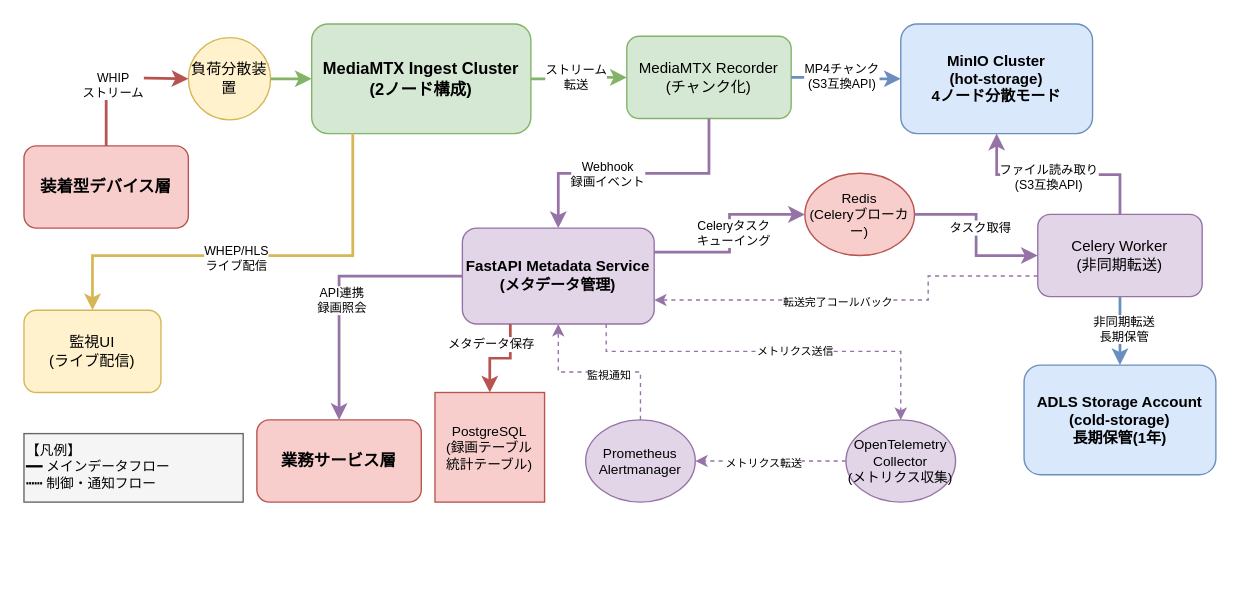
Before: docs/03000_設計書/03020_配信・記録層設計/03022_配信・記録層詳細設計/配信・記録層システム関連図.drawio in daichiTAAA/AirakuVision, a draw.io diagram. Source tidied: cells renumbered, new cells numbered last; positions are measured from the earlier drawing's top-left corner, leaving out a move shared by most shapes. Both pictures are drawn from the tidied source at 137%, with x=0, y=0 at pixel (23, 23).
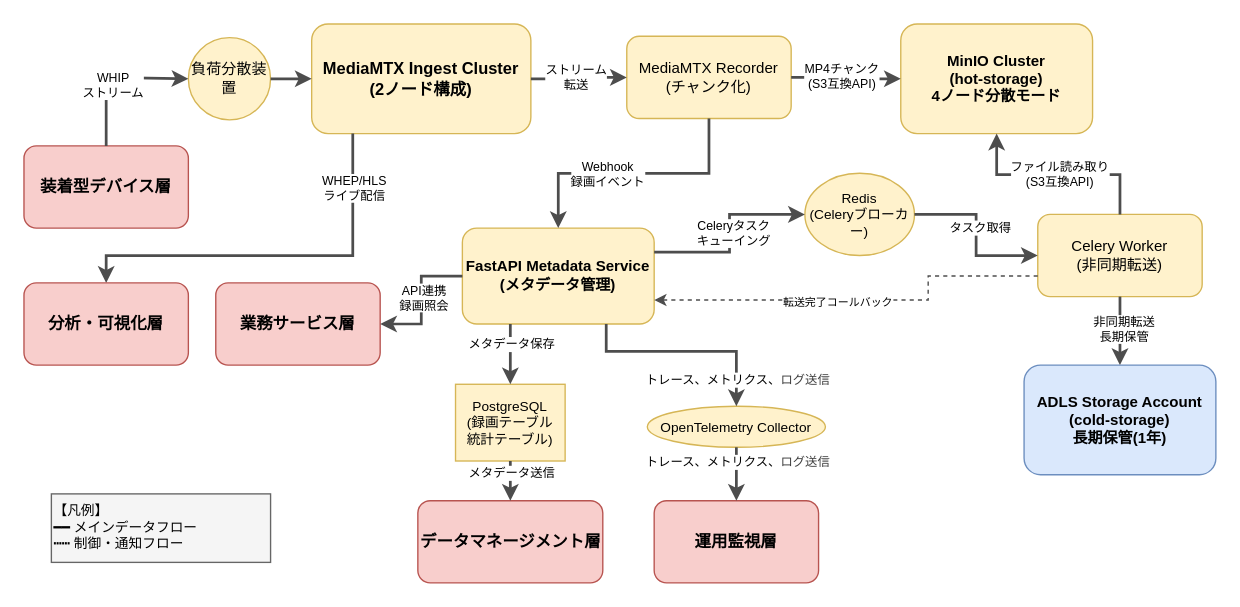
Above is the later version.

The change refers to these unchanged cells:
```xml
<mxCell id="2" value="装着型デバイス層" style="rounded=1;whiteSpace=wrap;html=1;fillColor=#f8cecc;strokeColor=#b85450;fontSize=12;fontStyle=1;" parent="1" vertex="1">
  <mxGeometry y="89" width="120" height="60" as="geometry" />
</mxCell>
<mxCell id="4" value="負荷分散装置" style="ellipse;whiteSpace=wrap;html=1;fillColor=#fff2cc;strokeColor=#d6b656;fontSize=11;" parent="1" vertex="1">
  <mxGeometry x="120" y="10" width="60" height="60" as="geometry" />
</mxCell>
<mxCell id="11" value="ADLS Storage Account&#10;(cold-storage)&#10;長期保管(1年)" style="rounded=1;whiteSpace=wrap;html=1;fillColor=#dae8fc;strokeColor=#6c8ebf;fontSize=11;fontStyle=1;" parent="1" vertex="1">
  <mxGeometry x="730" y="249" width="140" height="80" as="geometry" />
</mxCell>
```

The edit, as a diff of the source:
```diff
@@
-    <mxCell id="3" value="MediaMTX Ingest Cluster&#10;(2ノード構成)" style="rounded=1;whiteSpace=wrap;html=1;fillColor=#d5e8d4;strokeColor=#82b366;fontSize=12;fontStyle=1;" parent="1" vertex="1">
+    <mxCell id="3" value="MediaMTX Ingest Cluster&#10;(2ノード構成)" style="rounded=1;whiteSpace=wrap;html=1;fillColor=#fff2cc;strokeColor=#d6b656;fontSize=12;fontStyle=1;" parent="1" vertex="1">
       <mxGeometry x="210" width="160" height="80" as="geometry" />
     </mxCell>
@@
-    <mxCell id="5" value="MediaMTX Recorder&#10;(チャンク化)" style="rounded=1;whiteSpace=wrap;html=1;fillColor=#d5e8d4;strokeColor=#82b366;fontSize=11;" parent="1" vertex="1">
+    <mxCell id="5" value="MediaMTX Recorder&#10;(チャンク化)" style="rounded=1;whiteSpace=wrap;html=1;fillColor=#fff2cc;strokeColor=#d6b656;fontSize=11;" parent="1" vertex="1">
       <mxGeometry x="440" y="9" width="120" height="60" as="geometry" />
     </mxCell>
-    <mxCell id="6" value="MinIO Cluster&#10;(hot-storage)&#10;4ノード分散モード" style="rounded=1;whiteSpace=wrap;html=1;fillColor=#dae8fc;strokeColor=#6c8ebf;fontSize=11;fontStyle=1;" parent="1" vertex="1">
+    <mxCell id="6" value="MinIO Cluster&#10;(hot-storage)&#10;4ノード分散モード" style="rounded=1;whiteSpace=wrap;html=1;fillColor=#fff2cc;strokeColor=#d6b656;fontSize=11;fontStyle=1;" parent="1" vertex="1">
       <mxGeometry x="640" width="140" height="80" as="geometry" />
     </mxCell>
-    <mxCell id="7" value="FastAPI Metadata Service&#10;(メタデータ管理)" style="rounded=1;whiteSpace=wrap;html=1;fillColor=#e1d5e7;strokeColor=#9673a6;fontSize=11;fontStyle=1;" parent="1" vertex="1">
+    <mxCell id="7" value="FastAPI Metadata Service&#10;(メタデータ管理)" style="rounded=1;whiteSpace=wrap;html=1;fillColor=#fff2cc;strokeColor=#d6b656;fontSize=11;fontStyle=1;" parent="1" vertex="1">
       <mxGeometry x="320" y="149" width="140" height="70" as="geometry" />
     </mxCell>
-    <mxCell id="8" value="PostgreSQL&#10;(録画テーブル&#10;統計テーブル)" style="cylinder3;whiteSpace=wrap;html=1;boundedLbl=1;backgroundOutline=1;size=15;fillColor=#f8cecc;strokeColor=#b85450;fontSize=10;" parent="1" vertex="1">
-      <mxGeometry x="300" y="269" width="80" height="80" as="geometry" />
+    <mxCell id="8" value="PostgreSQL&#10;(録画テーブル&#10;統計テーブル)" style="cylinder3;whiteSpace=wrap;html=1;boundedLbl=1;backgroundOutline=1;size=15;fillColor=#fff2cc;strokeColor=#d6b656;fontSize=10;" parent="1" vertex="1">
+      <mxGeometry x="315" y="263" width="80" height="56" as="geometry" />
     </mxCell>
-    <mxCell id="9" value="Celery Worker&lt;div&gt;(非同期転送)&lt;/div&gt;" style="rounded=1;whiteSpace=wrap;html=1;fillColor=#e1d5e7;strokeColor=#9673a6;fontSize=11;" parent="1" vertex="1">
+    <mxCell id="9" value="Celery Worker&lt;div&gt;(非同期転送)&lt;/div&gt;" style="rounded=1;whiteSpace=wrap;html=1;fillColor=#fff2cc;strokeColor=#d6b656;fontSize=11;" parent="1" vertex="1">
       <mxGeometry x="740" y="139" width="120" height="60" as="geometry" />
     </mxCell>
-    <mxCell id="10" value="Redis&lt;div&gt;(Celeryブローカー)&lt;/div&gt;" style="ellipse;whiteSpace=wrap;html=1;fillColor=#f8cecc;strokeColor=#b85450;fontSize=10;" parent="1" vertex="1">
+    <mxCell id="10" value="Redis&lt;div&gt;(Celeryブローカー)&lt;/div&gt;" style="ellipse;whiteSpace=wrap;html=1;fillColor=#fff2cc;strokeColor=#d6b656;fontSize=10;" parent="1" vertex="1">
       <mxGeometry x="570" y="109" width="80" height="60" as="geometry" />
     </mxCell>
@@
-    <mxCell id="12" value="OpenTelemetry Collector&lt;div&gt;(メトリクス収集)&lt;/div&gt;" style="ellipse;whiteSpace=wrap;html=1;fillColor=#e1d5e7;strokeColor=#9673a6;fontSize=10;" parent="1" vertex="1">
-      <mxGeometry x="600" y="289" width="80" height="60" as="geometry" />
+    <mxCell id="12" value="OpenTelemetry Collector" style="ellipse;whiteSpace=wrap;html=1;fillColor=#fff2cc;strokeColor=#d6b656;fontSize=10;" parent="1" vertex="1">
+      <mxGeometry x="455" y="279" width="130" height="30" as="geometry" />
     </mxCell>
     <mxCell id="13" value="業務サービス層" style="rounded=1;whiteSpace=wrap;html=1;fillColor=#f8cecc;strokeColor=#b85450;fontSize=12;fontStyle=1;" parent="1" vertex="1">
-      <mxGeometry x="170" y="289" width="120" height="60" as="geometry" />
+      <mxGeometry x="140" y="189" width="120" height="60" as="geometry" />
     </mxCell>
-    <mxCell id="14" value="監視UI&#10;(ライブ配信)" style="rounded=1;whiteSpace=wrap;html=1;fillColor=#fff2cc;strokeColor=#d6b656;fontSize=11;" parent="1" vertex="1">
-      <mxGeometry y="209" width="100" height="60" as="geometry" />
-    </mxCell>
-    <mxCell id="15" value="Prometheus&#10;Alertmanager" style="ellipse;whiteSpace=wrap;html=1;fillColor=#e1d5e7;strokeColor=#9673a6;fontSize=10;" parent="1" vertex="1">
-      <mxGeometry x="410" y="289" width="80" height="60" as="geometry" />
-    </mxCell>
-    <mxCell id="16" style="edgeStyle=orthogonalEdgeStyle;rounded=0;jettySize=auto;html=1;strokeWidth=2;strokeColor=#b85450;entryX=0;entryY=0.5;entryDx=0;entryDy=0;" parent="1" edge="1" source="2" target="4">
+    <mxCell id="16" style="edgeStyle=orthogonalEdgeStyle;rounded=0;jettySize=auto;html=1;strokeWidth=2;strokeColor=#4D4D4D;entryX=0;entryY=0.5;entryDx=0;entryDy=0;" parent="1" edge="1" source="2" target="4">
       <mxGeometry relative="1" as="geometry">
         <Array as="points">
           <mxPoint x="60" y="39" />
           <mxPoint x="120" y="39" />
         </Array>
       </mxGeometry>
     </mxCell>
@@
-    <mxCell id="18" style="edgeStyle=orthogonalEdgeStyle;rounded=0;jettySize=auto;html=1;strokeWidth=2;strokeColor=#82b366;" parent="1" edge="1" source="4" target="3">
+    <mxCell id="18" style="edgeStyle=orthogonalEdgeStyle;rounded=0;jettySize=auto;html=1;strokeWidth=2;strokeColor=#4D4D4D;" parent="1" edge="1" source="4" target="3">
       <mxGeometry relative="1" as="geometry" />
     </mxCell>
-    <mxCell id="19" style="edgeStyle=orthogonalEdgeStyle;rounded=0;jettySize=auto;html=1;strokeWidth=2;strokeColor=#82b366;" parent="1" edge="1" source="3" target="5">
+    <mxCell id="19" style="edgeStyle=orthogonalEdgeStyle;rounded=0;jettySize=auto;html=1;strokeWidth=2;strokeColor=#4D4D4D;" parent="1" edge="1" source="3" target="5">
       <mxGeometry relative="1" as="geometry" />
     </mxCell>
@@
-    <mxCell id="21" style="edgeStyle=orthogonalEdgeStyle;rounded=0;jettySize=auto;html=1;strokeWidth=2;strokeColor=#6c8ebf;" parent="1" edge="1" source="5" target="6">
+    <mxCell id="21" style="edgeStyle=orthogonalEdgeStyle;rounded=0;jettySize=auto;html=1;strokeWidth=2;strokeColor=#4D4D4D;" parent="1" edge="1" source="5" target="6">
       <mxGeometry relative="1" as="geometry" />
     </mxCell>
@@
-    <mxCell id="23" style="edgeStyle=orthogonalEdgeStyle;rounded=0;jettySize=auto;html=1;strokeWidth=2;strokeColor=#9673a6;jumpStyle=line;jumpSize=10;entryX=0.5;entryY=0;entryDx=0;entryDy=0;" parent="1" edge="1" source="5" target="7">
+    <mxCell id="23" style="edgeStyle=orthogonalEdgeStyle;rounded=0;jettySize=auto;html=1;strokeWidth=2;strokeColor=#4D4D4D;jumpStyle=line;jumpSize=10;entryX=0.5;entryY=0;entryDx=0;entryDy=0;" parent="1" edge="1" source="5" target="7">
       <mxGeometry relative="1" as="geometry" />
     </mxCell>
@@
-    <mxCell id="25" style="edgeStyle=elbowEdgeStyle;rounded=0;jettySize=auto;html=1;strokeWidth=2;strokeColor=#b85450;exitX=0.25;exitY=1;exitDx=0;exitDy=0;entryX=0.5;entryY=0;entryDx=0;entryDy=0;elbow=vertical;" parent="1" edge="1" source="7" target="8">
+    <mxCell id="25" style="edgeStyle=elbowEdgeStyle;rounded=0;jettySize=auto;html=1;strokeWidth=2;strokeColor=#4D4D4D;exitX=0.25;exitY=1;exitDx=0;exitDy=0;entryX=0.5;entryY=0;entryDx=0;entryDy=0;elbow=vertical;" parent="1" edge="1" source="7" target="8">
       <mxGeometry relative="1" as="geometry" />
     </mxCell>
@@
-    <mxCell id="27" style="edgeStyle=elbowEdgeStyle;rounded=0;jettySize=auto;html=1;strokeWidth=2;strokeColor=#9673a6;entryX=0;entryY=0.5;entryDx=0;entryDy=0;exitX=1;exitY=0.25;exitDx=0;exitDy=0;" parent="1" edge="1" source="7" target="10">
+    <mxCell id="27" style="edgeStyle=elbowEdgeStyle;rounded=0;jettySize=auto;html=1;strokeWidth=2;strokeColor=#4D4D4D;entryX=0;entryY=0.5;entryDx=0;entryDy=0;exitX=1;exitY=0.25;exitDx=0;exitDy=0;" parent="1" edge="1" source="7" target="10">
       <mxGeometry relative="1" as="geometry" />
     </mxCell>
@@
-    <mxCell id="29" style="edgeStyle=elbowEdgeStyle;rounded=0;jettySize=auto;html=1;strokeWidth=2;strokeColor=#9673a6;entryX=0;entryY=0.5;entryDx=0;entryDy=0;" parent="1" edge="1" source="10" target="9">
+    <mxCell id="29" style="edgeStyle=elbowEdgeStyle;rounded=0;jettySize=auto;html=1;strokeWidth=2;strokeColor=#4D4D4D;entryX=0;entryY=0.5;entryDx=0;entryDy=0;" parent="1" edge="1" source="10" target="9">
       <mxGeometry relative="1" as="geometry" />
     </mxCell>
@@
-    <mxCell id="31" style="edgeStyle=elbowEdgeStyle;rounded=0;jettySize=auto;html=1;strokeWidth=2;strokeColor=#9673a6;entryX=0.5;entryY=1;entryDx=0;entryDy=0;exitX=0.5;exitY=0;exitDx=0;exitDy=0;elbow=vertical;" parent="1" edge="1" source="9" target="6">
+    <mxCell id="31" style="edgeStyle=elbowEdgeStyle;rounded=0;jettySize=auto;html=1;strokeWidth=2;strokeColor=#4D4D4D;entryX=0.5;entryY=1;entryDx=0;entryDy=0;exitX=0.5;exitY=0;exitDx=0;exitDy=0;elbow=vertical;" parent="1" edge="1" source="9" target="6">
       <mxGeometry relative="1" as="geometry" />
     </mxCell>
     <mxCell id="32" value="ファイル読み取り&#10;(S3互換API)" style="edgeLabel;html=1;align=center;verticalAlign=middle;fontSize=9;" parent="31" vertex="1">
-      <mxGeometry x="0.1" y="1" relative="1" as="geometry" />
+      <mxGeometry x="0.1" y="1" relative="1" as="geometry">
+        <mxPoint x="8" y="-2" as="offset" />
+      </mxGeometry>
     </mxCell>
-    <mxCell id="33" style="edgeStyle=orthogonalEdgeStyle;rounded=0;jettySize=auto;html=1;strokeWidth=2;strokeColor=#6c8ebf;" parent="1" edge="1" source="9" target="11">
+    <mxCell id="33" style="edgeStyle=orthogonalEdgeStyle;rounded=0;jettySize=auto;html=1;strokeWidth=2;strokeColor=#4D4D4D;" parent="1" edge="1" source="9" target="11">
       <mxGeometry relative="1" as="geometry" />
     </mxCell>
@@
-    <mxCell id="35" style="edgeStyle=orthogonalEdgeStyle;rounded=0;jettySize=auto;html=1;strokeWidth=1;strokeColor=#9673a6;dashed=1;jumpStyle=line;jumpSize=10;entryX=1;entryY=0.75;entryDx=0;entryDy=0;exitX=0;exitY=0.75;exitDx=0;exitDy=0;" parent="1" edge="1" source="9" target="7">
+    <mxCell id="35" style="edgeStyle=orthogonalEdgeStyle;rounded=0;jettySize=auto;html=1;strokeWidth=1;strokeColor=#4D4D4D;dashed=1;jumpStyle=line;jumpSize=10;entryX=1;entryY=0.75;entryDx=0;entryDy=0;exitX=0;exitY=0.75;exitDx=0;exitDy=0;" parent="1" edge="1" source="9" target="7">
       <mxGeometry relative="1" as="geometry">
         <Array as="points">
           <mxPoint x="660" y="184" />
           <mxPoint x="660" y="202" />
         </Array>
       </mxGeometry>
     </mxCell>
@@
-    <mxCell id="37" style="edgeStyle=elbowEdgeStyle;rounded=0;jettySize=auto;html=1;strokeWidth=1;strokeColor=#9673a6;dashed=1;entryX=0.5;entryY=0;entryDx=0;entryDy=0;exitX=0.75;exitY=1;exitDx=0;exitDy=0;elbow=vertical;" parent="1" edge="1" source="7" target="12">
-      <mxGeometry relative="1" as="geometry">
-        <Array as="points">
-          <mxPoint x="540" y="239" />
-        </Array>
-      </mxGeometry>
-    </mxCell>
-    <mxCell id="38" value="メトリクス送信" style="edgeLabel;html=1;align=center;verticalAlign=middle;fontSize=8;" parent="37" vertex="1">
-      <mxGeometry x="0.1" y="1" relative="1" as="geometry" />
-    </mxCell>
-    <mxCell id="39" style="edgeStyle=elbowEdgeStyle;rounded=0;jettySize=auto;html=1;strokeWidth=1;strokeColor=#9673a6;dashed=1;elbow=vertical;" parent="1" edge="1" source="12" target="15">
-      <mxGeometry relative="1" as="geometry" />
-    </mxCell>
-    <mxCell id="40" value="メトリクス転送" style="edgeLabel;html=1;align=center;verticalAlign=middle;fontSize=8;" parent="39" vertex="1">
-      <mxGeometry x="0.1" y="1" relative="1" as="geometry" />
-    </mxCell>
-    <mxCell id="41" style="edgeStyle=orthogonalEdgeStyle;rounded=0;jettySize=auto;html=1;strokeWidth=2;strokeColor=#9673a6;exitX=0;exitY=0.5;exitDx=0;exitDy=0;entryX=0.5;entryY=0;entryDx=0;entryDy=0;" parent="1" edge="1" source="7" target="13">
+    <mxCell id="41" style="edgeStyle=orthogonalEdgeStyle;rounded=0;jettySize=auto;html=1;strokeWidth=2;strokeColor=#4D4D4D;exitX=0;exitY=0.5;exitDx=0;exitDy=0;entryX=1;entryY=0.5;entryDx=0;entryDy=0;" parent="1" edge="1" source="7" target="13">
       <mxGeometry relative="1" as="geometry">
         <Array as="points">
-          <mxPoint x="230" y="184" />
+          <mxPoint x="290" y="184" />
+          <mxPoint x="290" y="219" />
         </Array>
       </mxGeometry>
     </mxCell>
     <mxCell id="42" value="API連携&#10;録画照会" style="edgeLabel;html=1;align=center;verticalAlign=middle;fontSize=9;" parent="41" vertex="1">
-      <mxGeometry x="0.1" y="1" relative="1" as="geometry" />
+      <mxGeometry x="0.1" y="1" relative="1" as="geometry">
+        <mxPoint y="-7" as="offset" />
+      </mxGeometry>
     </mxCell>
-    <mxCell id="43" style="edgeStyle=orthogonalEdgeStyle;rounded=0;jettySize=auto;html=1;strokeWidth=2;strokeColor=#d6b656;jumpStyle=line;jumpSize=10;" parent="1" edge="1" source="3" target="14">
+    <mxCell id="43" style="edgeStyle=orthogonalEdgeStyle;rounded=0;jettySize=auto;html=1;strokeWidth=2;strokeColor=#4D4D4D;jumpStyle=line;jumpSize=10;entryX=0.5;entryY=0;entryDx=0;entryDy=0;" parent="1" edge="1" source="3" target="52">
       <mxGeometry relative="1" as="geometry">
         <Array as="points">
           <mxPoint x="240" y="169" />
-          <mxPoint x="50" y="169" />
+          <mxPoint x="60" y="169" />
         </Array>
       </mxGeometry>
     </mxCell>
     <mxCell id="44" value="WHEP/HLS&#10;ライブ配信" style="edgeLabel;html=1;align=center;verticalAlign=middle;fontSize=9;" parent="43" vertex="1">
-      <mxGeometry x="0.1" y="1" relative="1" as="geometry" />
+      <mxGeometry x="0.1" y="1" relative="1" as="geometry">
+        <mxPoint x="70" y="-51" as="offset" />
+      </mxGeometry>
     </mxCell>
-    <mxCell id="45" style="edgeStyle=orthogonalEdgeStyle;rounded=0;jettySize=auto;html=1;strokeWidth=1;strokeColor=#9673a6;dashed=1;" parent="1" edge="1" source="15" target="7">
-      <mxGeometry relative="1" as="geometry" />
-    </mxCell>
-    <mxCell id="46" value="監視通知" style="edgeLabel;html=1;align=center;verticalAlign=middle;fontSize=8;" parent="45" vertex="1">
-      <mxGeometry x="-0.1" y="2" relative="1" as="geometry" />
-    </mxCell>
     <mxCell id="47" value="【凡例】&lt;br&gt;━━ メインデータフロー&lt;br&gt;┅┅ 制御・通知フロー" style="rounded=0;whiteSpace=wrap;html=1;fillColor=#f5f5f5;strokeColor=#666666;fontSize=10;align=left;verticalAlign=top;" parent="1" vertex="1">
-      <mxGeometry y="299" width="160" height="50" as="geometry" />
+      <mxGeometry x="20" y="343" width="160" height="50" as="geometry" />
     </mxCell>
+    <mxCell id="48" value="運用監視層" style="rounded=1;whiteSpace=wrap;html=1;fillColor=#f8cecc;strokeColor=#b85450;fontSize=12;fontStyle=1;" parent="1" vertex="1">
+      <mxGeometry x="460" y="348" width="120" height="60" as="geometry" />
+    </mxCell>
+    <mxCell id="37" style="edgeStyle=elbowEdgeStyle;rounded=0;jettySize=auto;html=1;strokeWidth=2;strokeColor=#4D4D4D;exitX=0.75;exitY=1;exitDx=0;exitDy=0;entryX=0.5;entryY=0;entryDx=0;entryDy=0;elbow=vertical;" parent="1" edge="1" source="7" target="12">
+      <mxGeometry relative="1" as="geometry">
+        <Array as="points">
+          <mxPoint x="480" y="239" />
+        </Array>
+      </mxGeometry>
+    </mxCell>
+    <mxCell id="49" value="トレース、メトリクス、&lt;span style=&quot;color: rgb(63, 63, 63); background-color: light-dark(#ffffff, var(--ge-dark-color, #121212));&quot;&gt;ログ送信&lt;/span&gt;" style="edgeLabel;html=1;align=center;verticalAlign=middle;fontSize=9;" parent="37" vertex="1">
+      <mxGeometry x="0.2" y="1" relative="1" as="geometry">
+        <mxPoint x="22" y="21" as="offset" />
+      </mxGeometry>
+    </mxCell>
+    <mxCell id="50" style="edgeStyle=elbowEdgeStyle;rounded=0;jettySize=auto;html=1;strokeWidth=2;strokeColor=#4D4D4D;exitX=0.5;exitY=1;exitDx=0;exitDy=0;entryX=0.5;entryY=0;entryDx=0;entryDy=0;elbow=vertical;" parent="1" edge="1" source="12" target="48">
+      <mxGeometry relative="1" as="geometry" />
+    </mxCell>
+    <mxCell id="51" value="トレース、メトリクス、&lt;span style=&quot;color: rgb(63, 63, 63); background-color: light-dark(#ffffff, var(--ge-dark-color, #121212));&quot;&gt;ログ送信&lt;/span&gt;" style="edgeLabel;html=1;align=center;verticalAlign=middle;fontSize=9;" parent="50" vertex="1">
+      <mxGeometry x="0.2" y="1" relative="1" as="geometry">
+        <mxPoint x="-1" y="-13" as="offset" />
+      </mxGeometry>
+    </mxCell>
+    <mxCell id="52" value="分析・可視化層" style="rounded=1;whiteSpace=wrap;html=1;fillColor=#f8cecc;strokeColor=#b85450;fontSize=12;fontStyle=1;" parent="1" vertex="1">
+      <mxGeometry y="189" width="120" height="60" as="geometry" />
+    </mxCell>
+    <mxCell id="53" value="データマネージメント層" style="rounded=1;whiteSpace=wrap;html=1;fillColor=#f8cecc;strokeColor=#b85450;fontSize=12;fontStyle=1;" parent="1" vertex="1">
+      <mxGeometry x="287.5" y="348" width="135" height="60" as="geometry" />
+    </mxCell>
+    <mxCell id="54" style="edgeStyle=elbowEdgeStyle;rounded=0;jettySize=auto;html=1;strokeWidth=2;strokeColor=#4D4D4D;exitX=0.5;exitY=1;exitDx=0;exitDy=0;entryX=0.5;entryY=0;entryDx=0;entryDy=0;elbow=vertical;" parent="1" edge="1" source="8" target="53">
+      <mxGeometry relative="1" as="geometry" />
+    </mxCell>
+    <mxCell id="55" value="メタデータ送信" style="edgeLabel;html=1;align=center;verticalAlign=middle;fontSize=9;" parent="54" vertex="1">
+      <mxGeometry x="0.2" y="1" relative="1" as="geometry">
+        <mxPoint x="-1" y="-9" as="offset" />
+      </mxGeometry>
+    </mxCell>
```
